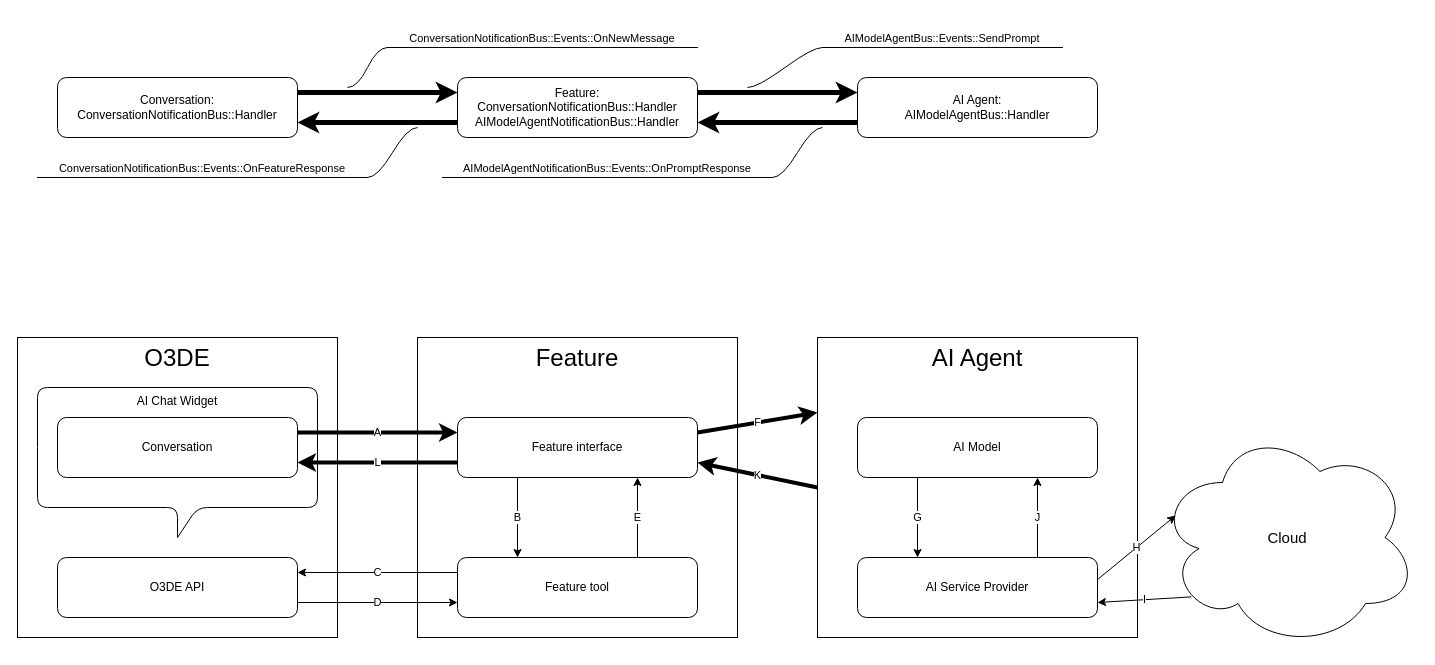
The draw.io diagram docs/raw/diagrams.drawio in RobotecAI/o3de-genai-gems, before the edit. Source tidied: cells renumbered, new cells numbered last; positions are measured from the earlier drawing's top-left corner, leaving out a move shared by most shapes. Both pictures are drawn from the tidied source at 100%, with x=0, y=0 at pixel (17, 17).
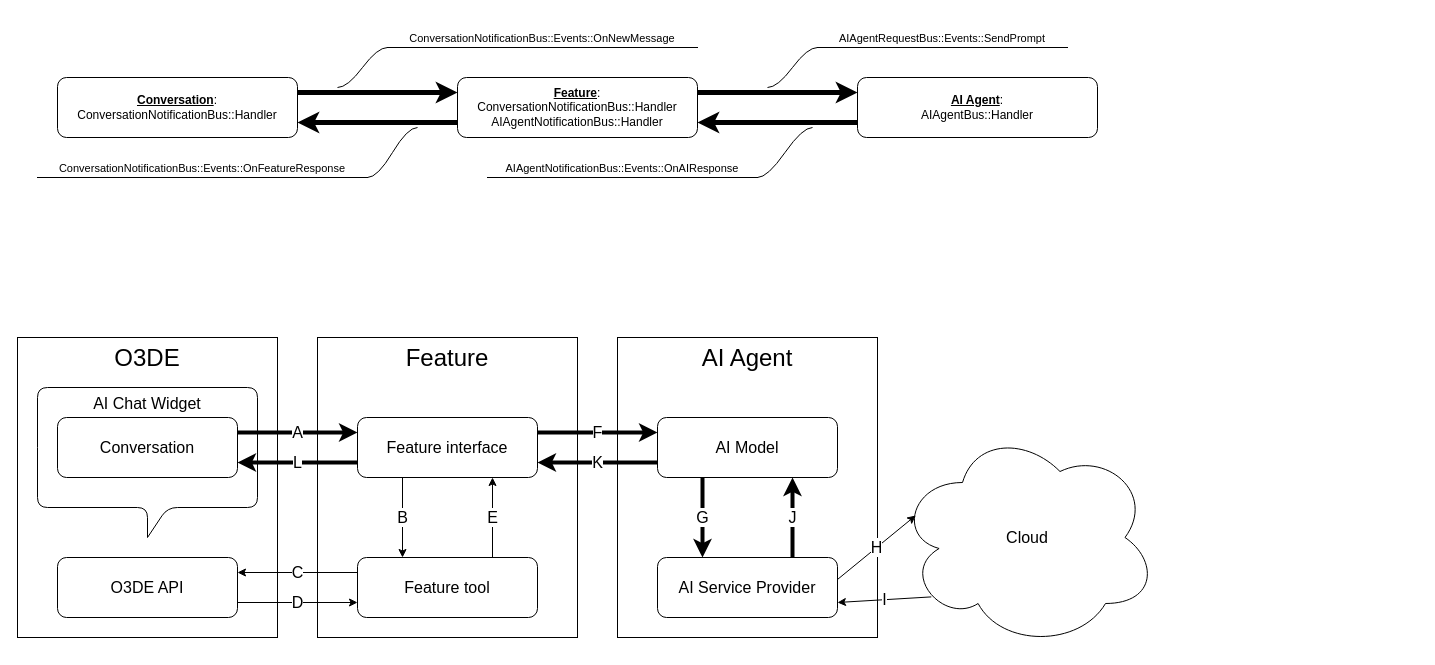
Above is the later version.

Commit message (it also covers changes not shown here):
Update diagrams to follow #134

Unchanged cells that the change refers to:
```xml
<mxCell id="32" value="&lt;span style=&quot;font-size: 11px; text-wrap: nowrap; background-color: rgb(255, 255, 255);&quot;&gt;ConversationNotificationBus::Events::OnNewMessage&lt;/span&gt;" style="whiteSpace=wrap;html=1;shape=partialRectangle;top=0;left=0;bottom=1;right=0;points=[[0,1],[1,1]];fillColor=none;align=center;verticalAlign=bottom;routingCenterY=0.5;snapToPoint=1;newEdgeStyle={&quot;edgeStyle&quot;:&quot;entityRelationEdgeStyle&quot;,&quot;startArrow&quot;:&quot;none&quot;,&quot;endArrow&quot;:&quot;none&quot;,&quot;segment&quot;:10,&quot;curved&quot;:1,&quot;sourcePerimeterSpacing&quot;:0,&quot;targetPerimeterSpacing&quot;:0};" parent="1" vertex="1">
  <mxGeometry x="370" width="310" height="30" as="geometry" />
</mxCell>
```

Change to the diagram source:
```diff
@@
-    <mxCell id="2" value="AI Agent:&lt;div&gt;AIModelAgentBus::Handler&lt;/div&gt;" style="rounded=1;whiteSpace=wrap;html=1;" parent="1" vertex="1">
+    <mxCell id="2" value="&lt;u&gt;&lt;b&gt;AI Agent&lt;/b&gt;&lt;/u&gt;:&lt;div&gt;AIAgentBus::Handler&lt;/div&gt;" style="rounded=1;whiteSpace=wrap;html=1;" parent="1" vertex="1">
       <mxGeometry x="840" y="60" width="240" height="60" as="geometry" />
     </mxCell>
-    <mxCell id="3" value="Feature:&lt;div&gt;ConversationNotificationBus::Handler&lt;/div&gt;&lt;div&gt;AIModelAgentNotificationBus::Handler&lt;/div&gt;" style="rounded=1;whiteSpace=wrap;html=1;" parent="1" vertex="1">
+    <mxCell id="3" value="&lt;u&gt;&lt;b&gt;Feature&lt;/b&gt;&lt;/u&gt;:&lt;div&gt;ConversationNotificationBus::Handler&lt;/div&gt;&lt;div&gt;AIAgentNotificationBus::Handler&lt;/div&gt;" style="rounded=1;whiteSpace=wrap;html=1;" parent="1" vertex="1">
       <mxGeometry x="440" y="60" width="240" height="60" as="geometry" />
     </mxCell>
-    <mxCell id="4" value="Conversation:&lt;div&gt;&lt;div&gt;ConversationNotificationBus::Handler&lt;/div&gt;&lt;/div&gt;" style="rounded=1;whiteSpace=wrap;html=1;" parent="1" vertex="1">
+    <mxCell id="4" value="&lt;u&gt;&lt;b&gt;Conversation&lt;/b&gt;&lt;/u&gt;:&lt;div&gt;&lt;div&gt;ConversationNotificationBus::Handler&lt;/div&gt;&lt;/div&gt;" style="rounded=1;whiteSpace=wrap;html=1;" parent="1" vertex="1">
       <mxGeometry x="40" y="60" width="240" height="60" as="geometry" />
     </mxCell>
@@
     <mxCell id="9" value="&lt;font style=&quot;font-size: 24px;&quot;&gt;O3DE&lt;/font&gt;" style="rounded=0;whiteSpace=wrap;html=1;verticalAlign=top;" parent="1" vertex="1">
-      <mxGeometry y="320" width="320" height="300" as="geometry" />
+      <mxGeometry y="320" width="260" height="300" as="geometry" />
     </mxCell>
-    <mxCell id="10" value="AI Chat Widget" style="shape=callout;whiteSpace=wrap;html=1;perimeter=calloutPerimeter;rounded=1;comic=0;align=center;verticalAlign=top;" parent="1" vertex="1">
-      <mxGeometry x="20" y="370" width="280" height="150" as="geometry" />
+    <mxCell id="10" value="AI Chat Widget" style="shape=callout;whiteSpace=wrap;html=1;perimeter=calloutPerimeter;rounded=1;comic=0;align=center;verticalAlign=top;fontSize=16;" parent="1" vertex="1">
+      <mxGeometry x="20" y="370" width="220" height="150" as="geometry" />
     </mxCell>
     <mxCell id="11" value="&lt;font style=&quot;font-size: 24px;&quot;&gt;Feature&lt;/font&gt;" style="rounded=0;whiteSpace=wrap;html=1;verticalAlign=top;" parent="1" vertex="1">
-      <mxGeometry x="400" y="320" width="320" height="300" as="geometry" />
+      <mxGeometry x="300" y="320" width="260" height="300" as="geometry" />
     </mxCell>
     <mxCell id="12" value="&lt;font style=&quot;font-size: 24px;&quot;&gt;AI Agent&lt;/font&gt;" style="rounded=0;whiteSpace=wrap;html=1;verticalAlign=top;" parent="1" vertex="1">
-      <mxGeometry x="800" y="320" width="320" height="300" as="geometry" />
+      <mxGeometry x="600" y="320" width="260" height="300" as="geometry" />
     </mxCell>
-    <mxCell id="13" value="AI Model" style="rounded=1;whiteSpace=wrap;html=1;" parent="1" vertex="1">
-      <mxGeometry x="840" y="400" width="240" height="60" as="geometry" />
+    <mxCell id="13" value="AI Model" style="rounded=1;whiteSpace=wrap;html=1;fontSize=16;" parent="1" vertex="1">
+      <mxGeometry x="640" y="400" width="180" height="60" as="geometry" />
     </mxCell>
-    <mxCell id="14" value="AI Service Provider" style="rounded=1;whiteSpace=wrap;html=1;" parent="1" vertex="1">
-      <mxGeometry x="840" y="540" width="240" height="60" as="geometry" />
+    <mxCell id="14" value="AI Service Provider" style="rounded=1;whiteSpace=wrap;html=1;fontSize=16;" parent="1" vertex="1">
+      <mxGeometry x="640" y="540" width="180" height="60" as="geometry" />
     </mxCell>
-    <mxCell id="15" value="&lt;font style=&quot;font-size: 15px;&quot;&gt;Cloud&lt;/font&gt;" style="ellipse;shape=cloud;whiteSpace=wrap;html=1;" parent="1" vertex="1">
-      <mxGeometry x="1140" y="410" width="260" height="220" as="geometry" />
+    <mxCell id="15" value="&lt;font style=&quot;font-size: 16px;&quot;&gt;Cloud&lt;/font&gt;" style="ellipse;shape=cloud;whiteSpace=wrap;html=1;fontSize=16;" parent="1" vertex="1">
+      <mxGeometry x="880" y="410" width="260" height="220" as="geometry" />
     </mxCell>
-    <mxCell id="16" value="O3DE API" style="rounded=1;whiteSpace=wrap;html=1;" parent="1" vertex="1">
-      <mxGeometry x="40" y="540" width="240" height="60" as="geometry" />
+    <mxCell id="16" value="O3DE API" style="rounded=1;whiteSpace=wrap;html=1;fontSize=16;" parent="1" vertex="1">
+      <mxGeometry x="40" y="540" width="180" height="60" as="geometry" />
     </mxCell>
-    <mxCell id="17" value="Feature interface" style="rounded=1;whiteSpace=wrap;html=1;" parent="1" vertex="1">
-      <mxGeometry x="440" y="400" width="240" height="60" as="geometry" />
+    <mxCell id="17" value="Feature interface" style="rounded=1;whiteSpace=wrap;html=1;fontSize=16;" parent="1" vertex="1">
+      <mxGeometry x="340" y="400" width="180" height="60" as="geometry" />
     </mxCell>
-    <mxCell id="18" value="Feature tool" style="rounded=1;whiteSpace=wrap;html=1;" parent="1" vertex="1">
-      <mxGeometry x="440" y="540" width="240" height="60" as="geometry" />
+    <mxCell id="18" value="Feature tool" style="rounded=1;whiteSpace=wrap;html=1;fontSize=16;" parent="1" vertex="1">
+      <mxGeometry x="340" y="540" width="180" height="60" as="geometry" />
     </mxCell>
-    <mxCell id="19" value="B" style="endArrow=classic;html=1;rounded=0;exitX=0.25;exitY=1;exitDx=0;exitDy=0;entryX=0.25;entryY=0;entryDx=0;entryDy=0;" parent="1" edge="1" source="17" target="18">
+    <mxCell id="19" value="B" style="endArrow=classic;html=1;rounded=0;exitX=0.25;exitY=1;exitDx=0;exitDy=0;entryX=0.25;entryY=0;entryDx=0;entryDy=0;fontSize=16;" parent="1" edge="1" source="17" target="18">
       <mxGeometry relative="1" as="geometry" />
     </mxCell>
-    <mxCell id="20" value="C" style="endArrow=classic;html=1;rounded=0;entryX=1;entryY=0.25;entryDx=0;entryDy=0;exitX=0;exitY=0.25;exitDx=0;exitDy=0;" parent="1" edge="1" source="18" target="16">
+    <mxCell id="20" value="C" style="endArrow=classic;html=1;rounded=0;entryX=1;entryY=0.25;entryDx=0;entryDy=0;exitX=0;exitY=0.25;exitDx=0;exitDy=0;fontSize=16;" parent="1" edge="1" source="18" target="16">
       <mxGeometry relative="1" as="geometry" />
     </mxCell>
-    <mxCell id="21" value="Conversation" style="rounded=1;whiteSpace=wrap;html=1;" parent="1" vertex="1">
-      <mxGeometry x="40" y="400" width="240" height="60" as="geometry" />
+    <mxCell id="21" value="Conversation" style="rounded=1;whiteSpace=wrap;html=1;fontSize=16;" parent="1" vertex="1">
+      <mxGeometry x="40" y="400" width="180" height="60" as="geometry" />
     </mxCell>
-    <mxCell id="22" value="A" style="endArrow=classic;html=1;rounded=0;exitX=1;exitY=0.25;exitDx=0;exitDy=0;entryX=0;entryY=0.25;entryDx=0;entryDy=0;strokeWidth=4;" parent="1" edge="1" source="21" target="17">
+    <mxCell id="22" value="A" style="endArrow=classic;html=1;rounded=0;exitX=1;exitY=0.25;exitDx=0;exitDy=0;entryX=0;entryY=0.25;entryDx=0;entryDy=0;strokeWidth=4;fontSize=16;" parent="1" edge="1" source="21" target="17">
       <mxGeometry relative="1" as="geometry" />
     </mxCell>
-    <mxCell id="23" value="D" style="endArrow=classic;html=1;rounded=0;exitX=1;exitY=0.75;exitDx=0;exitDy=0;entryX=0;entryY=0.75;entryDx=0;entryDy=0;" parent="1" edge="1" source="16" target="18">
+    <mxCell id="23" value="D" style="endArrow=classic;html=1;rounded=0;exitX=1;exitY=0.75;exitDx=0;exitDy=0;entryX=0;entryY=0.75;entryDx=0;entryDy=0;fontSize=16;" parent="1" edge="1" source="16" target="18">
       <mxGeometry relative="1" as="geometry" />
     </mxCell>
-    <mxCell id="24" value="E" style="endArrow=classic;html=1;rounded=0;exitX=0.75;exitY=0;exitDx=0;exitDy=0;entryX=0.75;entryY=1;entryDx=0;entryDy=0;" parent="1" edge="1" source="18" target="17">
+    <mxCell id="24" value="E" style="endArrow=classic;html=1;rounded=0;exitX=0.75;exitY=0;exitDx=0;exitDy=0;entryX=0.75;entryY=1;entryDx=0;entryDy=0;fontSize=16;" parent="1" edge="1" source="18" target="17">
       <mxGeometry relative="1" as="geometry" />
     </mxCell>
-    <mxCell id="25" value="L" style="endArrow=classic;html=1;rounded=0;exitX=0;exitY=0.75;exitDx=0;exitDy=0;entryX=1;entryY=0.75;entryDx=0;entryDy=0;strokeWidth=4;" parent="1" edge="1" source="17" target="21">
+    <mxCell id="25" value="L" style="endArrow=classic;html=1;rounded=0;exitX=0;exitY=0.75;exitDx=0;exitDy=0;entryX=1;entryY=0.75;entryDx=0;entryDy=0;strokeWidth=4;fontSize=16;" parent="1" edge="1" source="17" target="21">
       <mxGeometry relative="1" as="geometry" />
     </mxCell>
-    <mxCell id="26" value="F" style="endArrow=classic;html=1;rounded=0;exitX=1;exitY=0.25;exitDx=0;exitDy=0;entryX=0;entryY=0.25;entryDx=0;entryDy=0;strokeWidth=4;" parent="1" edge="1" source="17" target="12">
+    <mxCell id="26" value="F" style="endArrow=classic;html=1;rounded=0;exitX=1;exitY=0.25;exitDx=0;exitDy=0;entryX=0;entryY=0.25;entryDx=0;entryDy=0;strokeWidth=4;fontSize=16;" parent="1" edge="1" source="17" target="13">
       <mxGeometry relative="1" as="geometry" />
     </mxCell>
-    <mxCell id="27" value="G" style="endArrow=classic;html=1;rounded=0;exitX=0.25;exitY=1;exitDx=0;exitDy=0;entryX=0.25;entryY=0;entryDx=0;entryDy=0;" parent="1" edge="1" source="13" target="14">
+    <mxCell id="27" value="G" style="endArrow=classic;html=1;rounded=0;exitX=0.25;exitY=1;exitDx=0;exitDy=0;entryX=0.25;entryY=0;entryDx=0;entryDy=0;strokeWidth=4;fontSize=16;" parent="1" edge="1" source="13" target="14">
       <mxGeometry relative="1" as="geometry" />
     </mxCell>
-    <mxCell id="28" value="K" style="endArrow=classic;html=1;rounded=0;exitX=0;exitY=0.5;exitDx=0;exitDy=0;entryX=1;entryY=0.75;entryDx=0;entryDy=0;strokeWidth=4;" parent="1" edge="1" source="12" target="17">
+    <mxCell id="28" value="K" style="endArrow=classic;html=1;rounded=0;exitX=0;exitY=0.75;exitDx=0;exitDy=0;entryX=1;entryY=0.75;entryDx=0;entryDy=0;strokeWidth=4;fontSize=16;" parent="1" edge="1" source="13" target="17">
       <mxGeometry relative="1" as="geometry" />
     </mxCell>
-    <mxCell id="29" value="J" style="endArrow=classic;html=1;rounded=0;exitX=0.75;exitY=0;exitDx=0;exitDy=0;entryX=0.75;entryY=1;entryDx=0;entryDy=0;" parent="1" edge="1" source="14" target="13">
+    <mxCell id="29" value="J" style="endArrow=classic;html=1;rounded=0;exitX=0.75;exitY=0;exitDx=0;exitDy=0;entryX=0.75;entryY=1;entryDx=0;entryDy=0;strokeWidth=4;fontSize=16;" parent="1" edge="1" source="14" target="13">
       <mxGeometry relative="1" as="geometry" />
     </mxCell>
-    <mxCell id="30" value="H" style="endArrow=classic;html=1;rounded=0;exitX=1.001;exitY=0.364;exitDx=0;exitDy=0;entryX=0.07;entryY=0.4;entryDx=0;entryDy=0;entryPerimeter=0;exitPerimeter=0;" parent="1" edge="1" source="14" target="15">
+    <mxCell id="30" value="H" style="endArrow=classic;html=1;rounded=0;exitX=1.001;exitY=0.364;exitDx=0;exitDy=0;entryX=0.07;entryY=0.4;entryDx=0;entryDy=0;entryPerimeter=0;exitPerimeter=0;fontSize=16;" parent="1" edge="1" source="14" target="15">
       <mxGeometry relative="1" as="geometry" />
     </mxCell>
-    <mxCell id="31" value="I" style="endArrow=classic;html=1;rounded=0;exitX=0.13;exitY=0.77;exitDx=0;exitDy=0;exitPerimeter=0;entryX=1;entryY=0.75;entryDx=0;entryDy=0;" parent="1" edge="1" source="15" target="14">
+    <mxCell id="31" value="I" style="endArrow=classic;html=1;rounded=0;exitX=0.13;exitY=0.77;exitDx=0;exitDy=0;exitPerimeter=0;entryX=1;entryY=0.75;entryDx=0;entryDy=0;fontSize=16;" parent="1" edge="1" source="15" target="14">
       <mxGeometry relative="1" as="geometry" />
     </mxCell>
@@
     <mxCell id="33" style="edgeStyle=entityRelationEdgeStyle;startArrow=none;endArrow=none;segment=10;curved=1;sourcePerimeterSpacing=0;targetPerimeterSpacing=0;rounded=0;" parent="1" edge="1" target="32">
       <mxGeometry relative="1" as="geometry">
-        <mxPoint x="330" y="70" as="sourcePoint" />
+        <mxPoint x="320" y="70" as="sourcePoint" />
       </mxGeometry>
     </mxCell>
-    <mxCell id="34" value="&lt;span style=&quot;font-size: 11px; text-wrap: nowrap; background-color: rgb(255, 255, 255);&quot;&gt;AIModelAgentBus::Events::SendPrompt&lt;/span&gt;" style="whiteSpace=wrap;html=1;shape=partialRectangle;top=0;left=0;bottom=1;right=0;points=[[0,1],[1,1]];fillColor=none;align=center;verticalAlign=bottom;routingCenterY=0.5;snapToPoint=1;newEdgeStyle={&quot;edgeStyle&quot;:&quot;entityRelationEdgeStyle&quot;,&quot;startArrow&quot;:&quot;none&quot;,&quot;endArrow&quot;:&quot;none&quot;,&quot;segment&quot;:10,&quot;curved&quot;:1,&quot;sourcePerimeterSpacing&quot;:0,&quot;targetPerimeterSpacing&quot;:0};" parent="1" vertex="1">
-      <mxGeometry x="805" width="240" height="30" as="geometry" />
+    <mxCell id="34" value="&lt;span style=&quot;font-size: 11px; text-wrap: nowrap; background-color: rgb(255, 255, 255);&quot;&gt;AIAgentRequestBus::Events::SendPrompt&lt;/span&gt;" style="whiteSpace=wrap;html=1;shape=partialRectangle;top=0;left=0;bottom=1;right=0;points=[[0,1],[1,1]];fillColor=none;align=center;verticalAlign=bottom;routingCenterY=0.5;snapToPoint=1;newEdgeStyle={&quot;edgeStyle&quot;:&quot;entityRelationEdgeStyle&quot;,&quot;startArrow&quot;:&quot;none&quot;,&quot;endArrow&quot;:&quot;none&quot;,&quot;segment&quot;:10,&quot;curved&quot;:1,&quot;sourcePerimeterSpacing&quot;:0,&quot;targetPerimeterSpacing&quot;:0};" parent="1" vertex="1">
+      <mxGeometry x="800" width="250" height="30" as="geometry" />
     </mxCell>
     <mxCell id="35" style="edgeStyle=entityRelationEdgeStyle;startArrow=none;endArrow=none;segment=10;curved=1;sourcePerimeterSpacing=0;targetPerimeterSpacing=0;rounded=0;" parent="1" edge="1" target="34">
       <mxGeometry relative="1" as="geometry">
-        <mxPoint x="730" y="70" as="sourcePoint" />
+        <mxPoint x="750" y="70" as="sourcePoint" />
       </mxGeometry>
     </mxCell>
@@
-    <mxCell id="38" value="&lt;span style=&quot;font-size: 11px; text-wrap: nowrap; background-color: rgb(255, 255, 255);&quot;&gt;AIModelAgentNotificationBus::Events::OnPromptResponse&lt;/span&gt;" style="whiteSpace=wrap;html=1;shape=partialRectangle;top=0;left=0;bottom=1;right=0;points=[[0,1],[1,1]];fillColor=none;align=center;verticalAlign=bottom;routingCenterY=0.5;snapToPoint=1;newEdgeStyle={&quot;edgeStyle&quot;:&quot;entityRelationEdgeStyle&quot;,&quot;startArrow&quot;:&quot;none&quot;,&quot;endArrow&quot;:&quot;none&quot;,&quot;segment&quot;:10,&quot;curved&quot;:1,&quot;sourcePerimeterSpacing&quot;:0,&quot;targetPerimeterSpacing&quot;:0};" parent="1" vertex="1">
-      <mxGeometry x="425" y="130" width="330" height="30" as="geometry" />
+    <mxCell id="38" value="&lt;span style=&quot;font-size: 11px; text-wrap: nowrap; background-color: rgb(255, 255, 255);&quot;&gt;AIAgentNotificationBus::Events::OnAIResponse&lt;/span&gt;" style="whiteSpace=wrap;html=1;shape=partialRectangle;top=0;left=0;bottom=1;right=0;points=[[0,1],[1,1]];fillColor=none;align=center;verticalAlign=bottom;routingCenterY=0.5;snapToPoint=1;newEdgeStyle={&quot;edgeStyle&quot;:&quot;entityRelationEdgeStyle&quot;,&quot;startArrow&quot;:&quot;none&quot;,&quot;endArrow&quot;:&quot;none&quot;,&quot;segment&quot;:10,&quot;curved&quot;:1,&quot;sourcePerimeterSpacing&quot;:0,&quot;targetPerimeterSpacing&quot;:0};" parent="1" vertex="1">
+      <mxGeometry x="470" y="130" width="270" height="30" as="geometry" />
     </mxCell>
-    <mxCell id="39" style="edgeStyle=entityRelationEdgeStyle;startArrow=none;endArrow=none;segment=10;curved=1;sourcePerimeterSpacing=0;targetPerimeterSpacing=0;rounded=0;" parent="1" edge="1">
+    <mxCell id="39" style="edgeStyle=entityRelationEdgeStyle;startArrow=none;endArrow=none;segment=10;curved=1;sourcePerimeterSpacing=0;targetPerimeterSpacing=0;rounded=0;exitX=1;exitY=1;exitDx=0;exitDy=0;" parent="1" edge="1" source="38">
       <mxGeometry relative="1" as="geometry">
-        <mxPoint x="755" y="160" as="sourcePoint" />
-        <mxPoint x="805" y="110" as="targetPoint" />
+        <mxPoint x="795" y="110" as="targetPoint" />
         <Array as="points">
           <mxPoint x="1085" y="150" />
           <mxPoint x="1175" y="140" />
         </Array>
       </mxGeometry>
     </mxCell>
```
